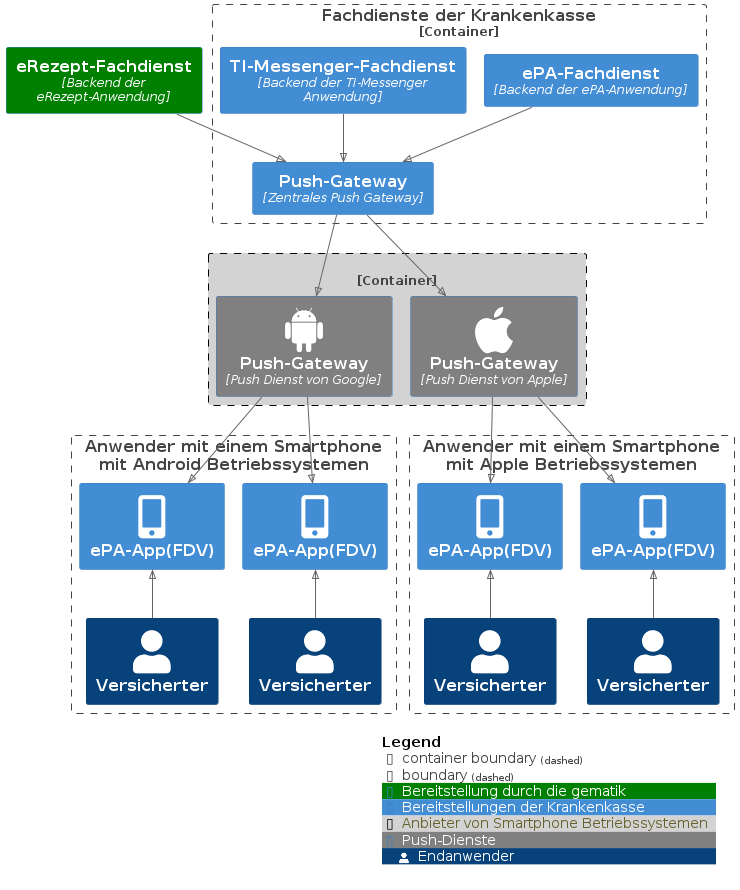
Above: images/diagrams/TI-Messenger-Dienst/Ressourcen/notifications.png in gematik/api-ti-messenger (PlantUML), before the change. Its diagram source:
```plantuml
@startuml
!pragma layout smetana

!include <C4/C4_Container>
!include <tupadr3/font-awesome-5/user>
!include <tupadr3/font-awesome-5/mobile_alt>
!include <tupadr3/devicons2/android>
!include <tupadr3/devicons2/apple_original>

AddContainerTag(er, #Green, $legendText="Bereitstellung durch die gematik")
Container_Ext(erezept, "eRezept-Fachdienst", "Backend der eRezept-Anwendung", $tags=er)

AddContainerTag(kk, $legendText="Bereitstellungen der Krankenkasse")
Container_Boundary(kv, "Fachdienste der Krankenkasse") {
    Container(push, "Push-Gateway", "Zentrales Push Gateway", $tags=kk)
    Container(epa, "ePA-Fachdienst", "Backend der ePA-Anwendung", $tags=kk)
    Container(tim, "TI-Messenger-Fachdienst", "Backend der TI-Messenger Anwendung", $tags=kk)
}

Rel(epa, push, "")
Rel(erezept, push, "")
Rel(tim, push, "")

AddBoundaryTag(push, #LightGray, $legendText=Anbieter von Smartphone Betriebssystemen, $borderColor=#Black)
AddContainerTag(pd, #Gray, $legendText=Push-Dienste)
Container_Boundary(pp, "", $tags=push) {
    Container(fcm, "Push-Gateway", "Push Dienst von Google", $tags=pd, $sprite=android)
    Container(apn, "Push-Gateway", "Push Dienst von Apple", $tags=pd, $sprite=apple_original)
}
Rel(push, fcm, "")
Rel(push, apn, "")

AddPersonTag(Endanwender, $legendText=Endanwender)
Boundary(ug1, "Anwender mit einem Smartphone\n mit Android Betriebssystemen") {
    Container(s1, "ePA-App(FDV)", "", $sprite=mobile_alt, $tags=kk)
    Container(s2, "ePA-App(FDV)", "", $sprite=mobile_alt, $tags=kk)
    Person(u1, "Versicherter", $tags=Endanwender)
    Person(u2, "Versicherter", $tags=Endanwender)
    Rel_U(u1, s1, "")
    Rel_U(u2, s2, "")
}
Rel(fcm, s1, "")
Rel(fcm, s2, "")


Boundary(ug2, "Anwender mit einem Smartphone\n mit Apple Betriebssystemen") {
    Container(s3, "ePA-App(FDV)", "", $sprite=mobile_alt, $tags=kk)
    Container(s4, "ePA-App(FDV)", "", $sprite=mobile_alt, $tags=kk)
    Person(u3, "Versicherter", $tags=Endanwender)
    Person(u4, "Versicherter", $tags=Endanwender)
    Rel_U(u3, s3, "")
    Rel_U(u4, s4, "")
}
Rel(apn, s3, "")
Rel(apn, s4, "")


SHOW_LEGEND()
@enduml
```
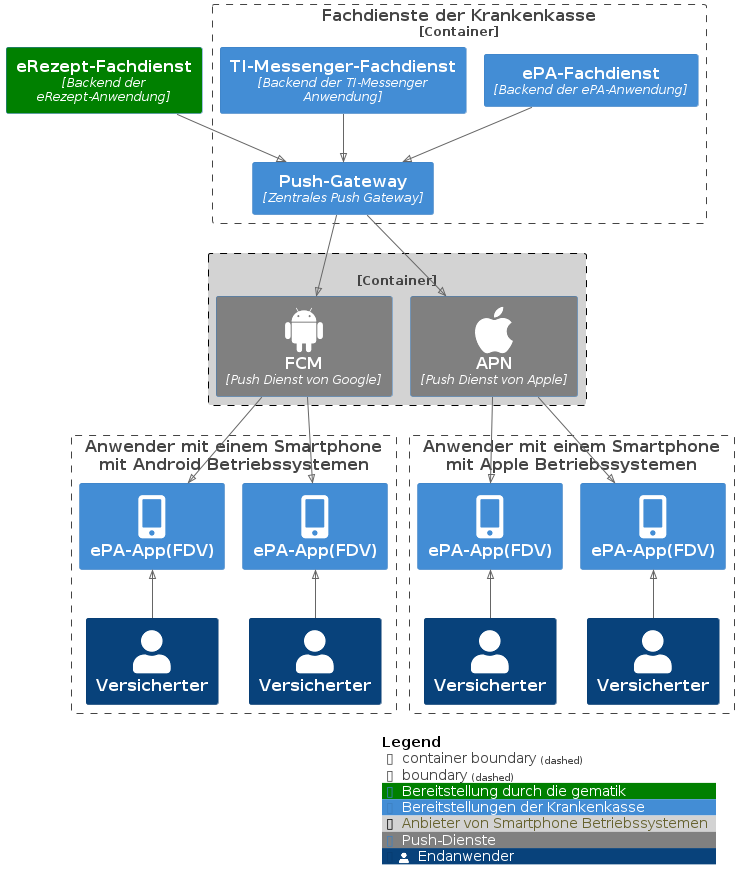
The same diagram one commit later.

Commit message:
Commit from GitHub Actions (GeneratePlantumlImages)

The edit, as a diff of the source:
```diff
@@ -24,8 +24,8 @@
 AddBoundaryTag(push, #LightGray, $legendText=Anbieter von Smartphone Betriebssystemen, $borderColor=#Black)
 AddContainerTag(pd, #Gray, $legendText=Push-Dienste)
 Container_Boundary(pp, "", $tags=push) {
-    Container(fcm, "Push-Gateway", "Push Dienst von Google", $tags=pd, $sprite=android)
-    Container(apn, "Push-Gateway", "Push Dienst von Apple", $tags=pd, $sprite=apple_original)
+    Container(fcm, "FCM", "Push Dienst von Google", $tags=pd, $sprite=android)
+    Container(apn, "APN", "Push Dienst von Apple", $tags=pd, $sprite=apple_original)
 }
 Rel(push, fcm, "")
 Rel(push, apn, "")
```
